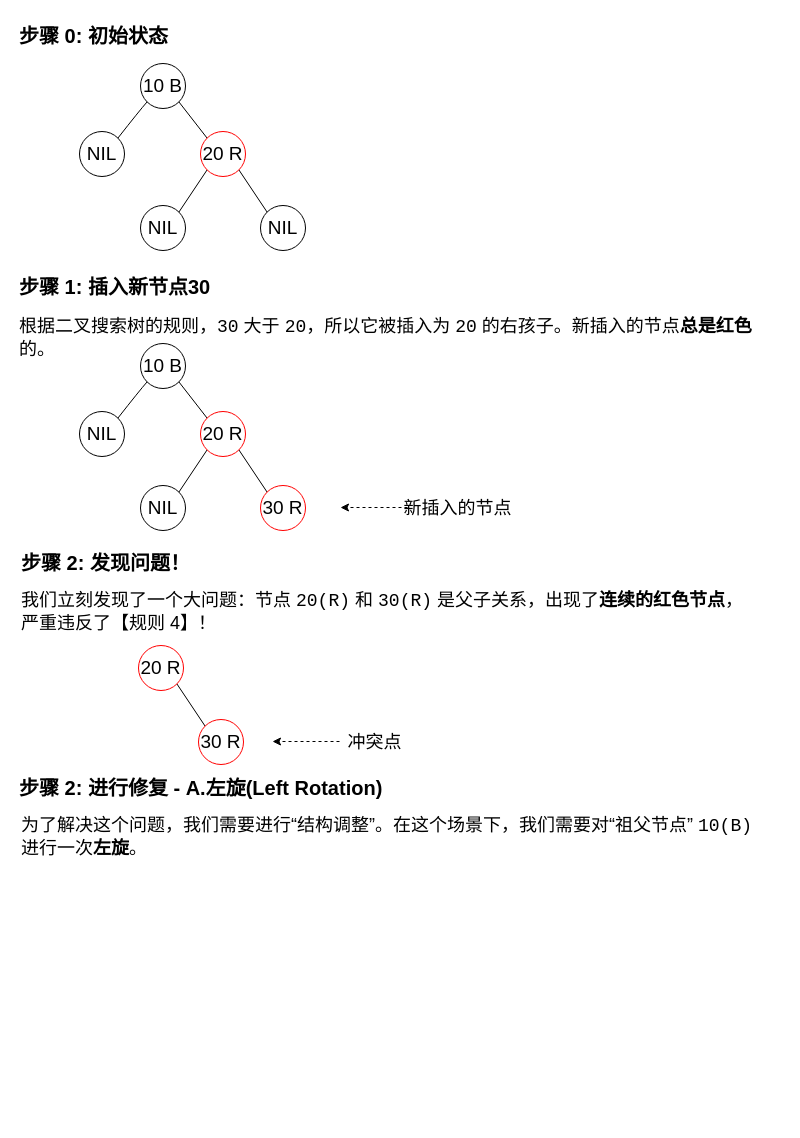
Above: RedBlackWork.drawio in xiaodongYao/DrawIO (draw.io), before the change. Source tidied: cells renumbered, new cells numbered last; positions are measured from the earlier drawing's top-left corner, leaving out a move shared by most shapes. Both pictures are drawn from the tidied source at 100%, with x=0, y=0 at pixel (17, 17).
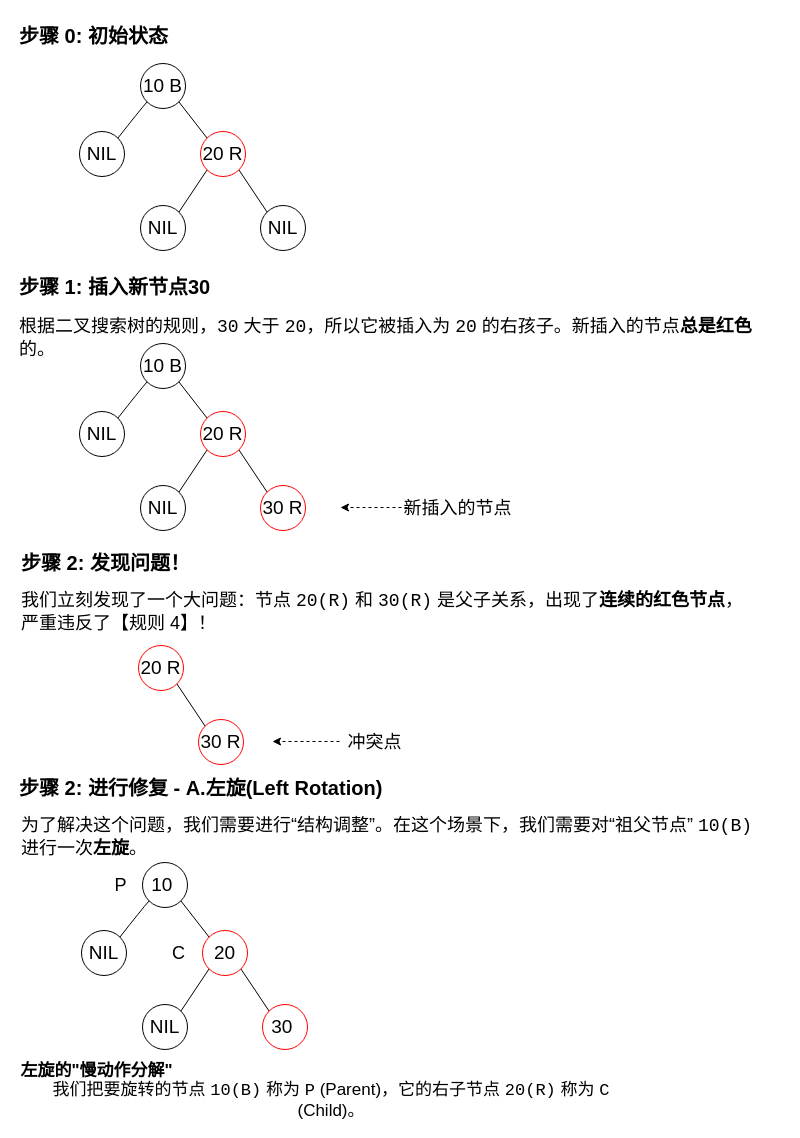
After the change.

The edit, as a diff of the source:
```diff
@@
+    <mxCell id="34" style="rounded=0;jettySize=auto;html=1;exitX=0;exitY=1;exitDx=0;exitDy=0;entryX=1;entryY=0;entryDx=0;entryDy=0;curved=1;strokeColor=default;fillColor=default;endArrow=none;endFill=0;" parent="1" edge="1" source="36" target="37">
+      <mxGeometry relative="1" as="geometry">
+        <Array as="points">
+          <mxPoint x="124" y="892" />
+        </Array>
+      </mxGeometry>
+    </mxCell>
+    <mxCell id="35" style="rounded=0;jettySize=auto;html=1;exitX=1;exitY=1;exitDx=0;exitDy=0;entryX=0;entryY=0;entryDx=0;entryDy=0;endArrow=none;endFill=0;" parent="1" edge="1" source="36" target="40">
+      <mxGeometry relative="1" as="geometry" />
+    </mxCell>
+    <mxCell id="36" value="10&amp;nbsp;" style="ellipse;whiteSpace=wrap;html=1;fontSize=19;" parent="1" vertex="1">
+      <mxGeometry x="125" y="845" width="45" height="45" as="geometry" />
+    </mxCell>
+    <mxCell id="37" value="NIL" style="ellipse;whiteSpace=wrap;html=1;fontSize=19;strokeColor=light-dark(#000000,#EDEDED);" parent="1" vertex="1">
+      <mxGeometry x="64" y="913" width="45" height="45" as="geometry" />
+    </mxCell>
+    <mxCell id="38" style="rounded=0;jettySize=auto;html=1;exitX=0;exitY=1;exitDx=0;exitDy=0;entryX=1;entryY=0;entryDx=0;entryDy=0;endArrow=none;endFill=0;" parent="1" edge="1" source="40" target="42">
+      <mxGeometry relative="1" as="geometry" />
+    </mxCell>
+    <mxCell id="39" style="rounded=0;jettySize=auto;html=1;exitX=1;exitY=1;exitDx=0;exitDy=0;entryX=0;entryY=0;entryDx=0;entryDy=0;endArrow=none;endFill=0;" parent="1" edge="1" source="40" target="41">
+      <mxGeometry relative="1" as="geometry" />
+    </mxCell>
+    <mxCell id="40" value="20" style="ellipse;whiteSpace=wrap;html=1;fontSize=19;strokeColor=light-dark(#ff0000, #ededed);" parent="1" vertex="1">
+      <mxGeometry x="185" y="913" width="45" height="45" as="geometry" />
+    </mxCell>
+    <mxCell id="41" value="30&amp;nbsp;" style="ellipse;whiteSpace=wrap;html=1;fontSize=19;strokeColor=light-dark(#ff0000, #EDEDED);" parent="1" vertex="1">
+      <mxGeometry x="245" y="987" width="45" height="45" as="geometry" />
+    </mxCell>
+    <mxCell id="42" value="NIL" style="ellipse;whiteSpace=wrap;html=1;fontSize=19;strokeColor=light-dark(#000000,#EDEDED);" parent="1" vertex="1">
+      <mxGeometry x="125" y="987" width="45" height="45" as="geometry" />
+    </mxCell>
+    <mxCell id="43" value="P" style="text;html=1;align=center;verticalAlign=middle;whiteSpace=wrap;rounded=0;fontSize=18;" parent="1" vertex="1">
+      <mxGeometry x="84" y="855.5" width="39" height="24" as="geometry" />
+    </mxCell>
+    <mxCell id="44" value="C" style="text;html=1;align=center;verticalAlign=middle;whiteSpace=wrap;rounded=0;fontSize=18;" parent="1" vertex="1">
+      <mxGeometry x="142" y="923.5" width="39" height="24" as="geometry" />
+    </mxCell>
+    <mxCell id="45" value="左旋的&quot;慢动作分解&quot;" style="text;html=1;align=center;verticalAlign=middle;whiteSpace=wrap;rounded=0;fontSize=17;fontStyle=1;" parent="1" vertex="1">
+      <mxGeometry y="1041" width="159" height="26" as="geometry" />
+    </mxCell>
+    <mxCell id="46" value="我们把要旋转的节点 &lt;code&gt;10(B)&lt;/code&gt; 称为 &lt;code&gt;P&lt;/code&gt; (Parent)，它的右子节点 &lt;code&gt;20(R)&lt;/code&gt; 称为 &lt;code&gt;C&lt;/code&gt; (Child)。" style="text;html=1;align=center;verticalAlign=middle;whiteSpace=wrap;rounded=0;fontSize=17;" parent="1" vertex="1">
+      <mxGeometry y="1070" width="628" height="26" as="geometry" />
+    </mxCell>
```
